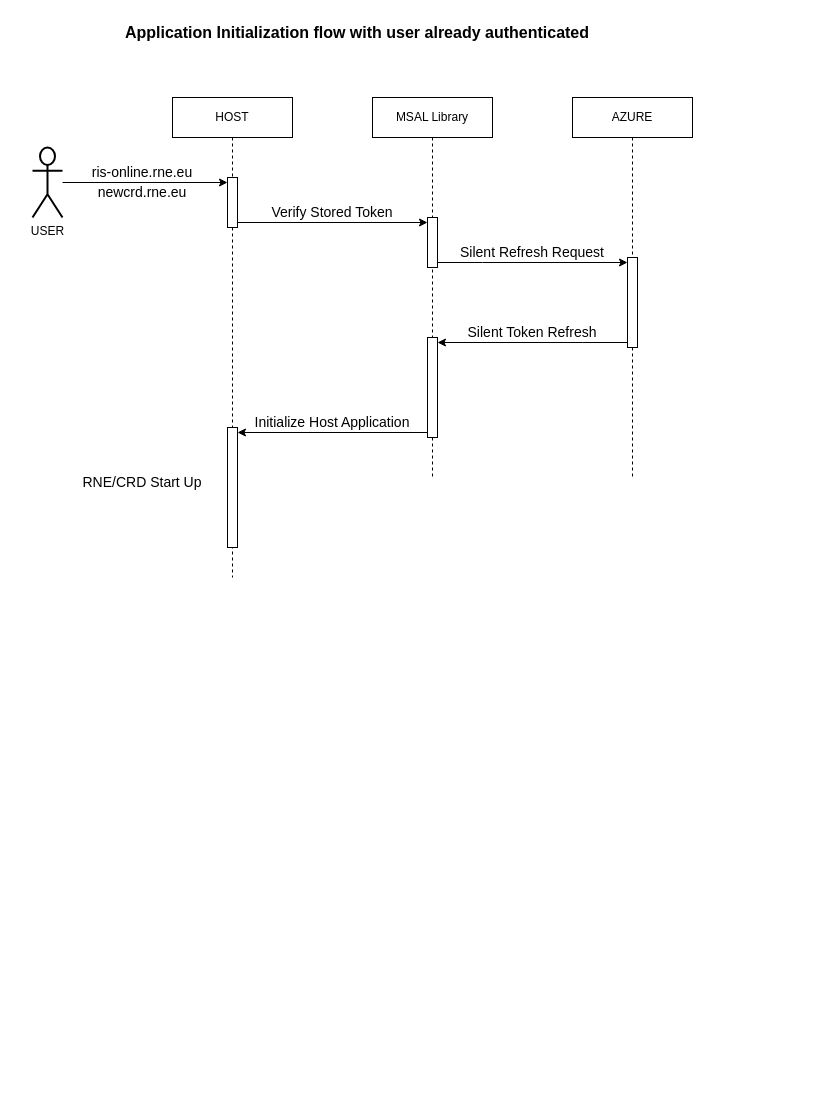
Earlier version of the draw.io diagram azure-sd.drawio (mathudak/diagrams). Source tidied: cells renumbered, new cells numbered last; positions are measured from the earlier drawing's top-left corner, leaving out a move shared by most shapes. Both pictures are drawn from the tidied source at 100%, with x=0, y=0 at pixel (17, 17).
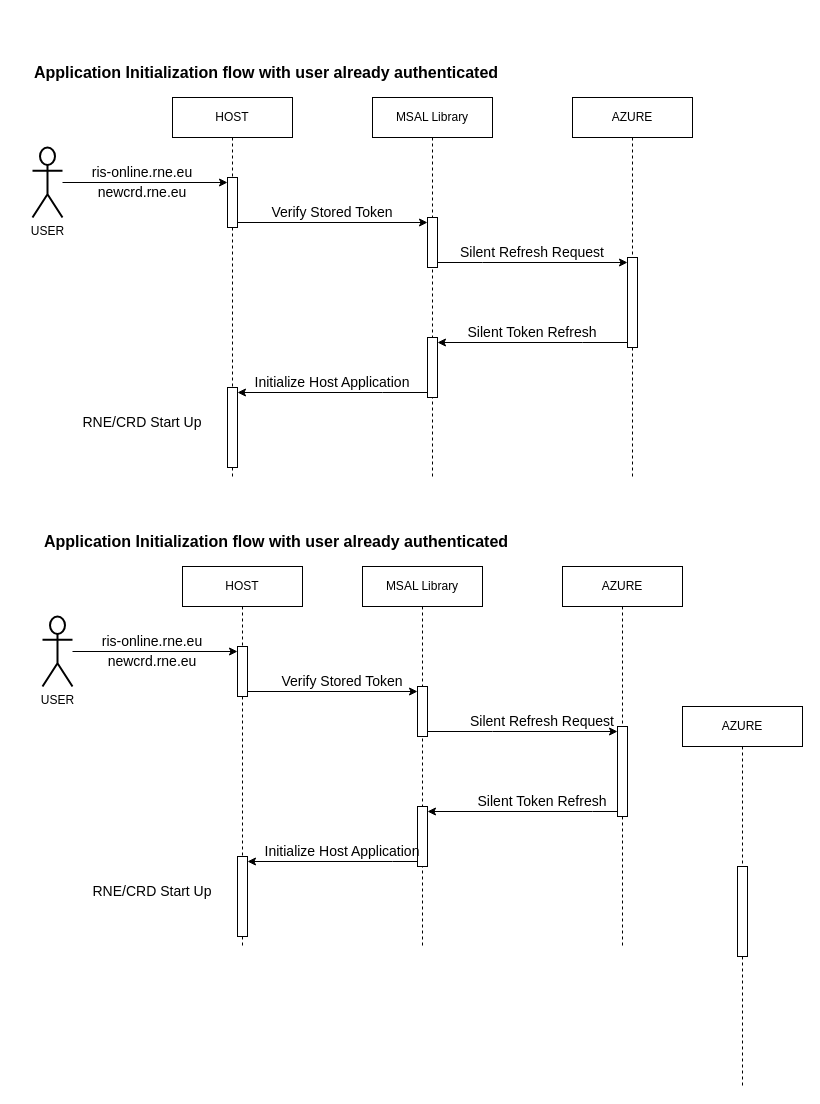
The same diagram, later.

Unchanged cells that the change refers to:
```xml
<mxCell id="5" value="MSAL Library" style="shape=umlLifeline;perimeter=lifelinePerimeter;whiteSpace=wrap;html=1;newEdgeStyle={&quot;curved&quot;:0,&quot;rounded&quot;:0};" parent="1" vertex="1">
  <mxGeometry x="355" y="80" width="120" height="380" as="geometry" />
</mxCell>
```

What changed in the source:
```diff
@@
     <mxCell id="2" value="HOST" style="shape=umlLifeline;perimeter=lifelinePerimeter;whiteSpace=wrap;html=1;newEdgeStyle={&quot;curved&quot;:0,&quot;rounded&quot;:0};" parent="1" vertex="1">
-      <mxGeometry x="155" y="80" width="120" height="480" as="geometry" />
+      <mxGeometry x="155" y="80" width="120" height="380" as="geometry" />
     </mxCell>
@@
     <mxCell id="4" style="html=1;points=[[0,0,0,0,5],[0,1,0,0,-5],[1,0,0,0,5],[1,1,0,0,-5]];perimeter=orthogonalPerimeter;outlineConnect=0;targetShapes=umlLifeline;portConstraint=eastwest;newEdgeStyle={&quot;curved&quot;:0,&quot;rounded&quot;:0};" parent="2" vertex="1">
-      <mxGeometry x="55" y="330" width="10" height="120" as="geometry" />
+      <mxGeometry x="55" y="290" width="10" height="80" as="geometry" />
     </mxCell>
@@
     <mxCell id="7" style="html=1;points=[[0,0,0,0,5],[0,1,0,0,-5],[1,0,0,0,5],[1,1,0,0,-5]];perimeter=orthogonalPerimeter;outlineConnect=0;targetShapes=umlLifeline;portConstraint=eastwest;newEdgeStyle={&quot;curved&quot;:0,&quot;rounded&quot;:0};" parent="5" vertex="1">
-      <mxGeometry x="55" y="240" width="10" height="100" as="geometry" />
+      <mxGeometry x="55" y="240" width="10" height="60" as="geometry" />
     </mxCell>
@@
-    <mxCell id="14" style="edgeStyle=orthogonalEdgeStyle;rounded=0;jettySize=auto;html=1;curved=0;entryX=1;entryY=0;entryDx=0;entryDy=5;entryPerimeter=0;" parent="1" edge="1" source="7" target="4">
-      <mxGeometry relative="1" as="geometry">
-        <Array as="points">
-          <mxPoint x="415" y="415" />
-        </Array>
-      </mxGeometry>
-    </mxCell>
@@
     <mxCell id="21" value="Initialize Host Application" style="text;html=1;align=center;verticalAlign=middle;whiteSpace=wrap;rounded=0;fontSize=14;" parent="1" vertex="1">
-      <mxGeometry x="235" y="390" width="160" height="30" as="geometry" />
+      <mxGeometry x="235" y="350" width="160" height="30" as="geometry" />
     </mxCell>
-    <mxCell id="22" value="Application Initialization flow with user already authenticated" style="text;html=1;align=center;verticalAlign=middle;whiteSpace=wrap;rounded=0;fontStyle=1;fontSize=16;" parent="1" vertex="1">
-      <mxGeometry width="680" height="30" as="geometry" />
+    <mxCell id="22" value="Application Initialization flow with user already authenticated" style="text;html=1;align=left;verticalAlign=middle;whiteSpace=wrap;rounded=0;fontStyle=1;fontSize=16;" parent="1" vertex="1">
+      <mxGeometry x="15" y="40" width="680" height="30" as="geometry" />
     </mxCell>
     <mxCell id="23" value="RNE/CRD Start Up" style="text;html=1;align=center;verticalAlign=middle;whiteSpace=wrap;rounded=0;fontSize=14;" parent="1" vertex="1">
-      <mxGeometry x="45" y="450" width="160" height="30" as="geometry" />
+      <mxGeometry x="45" y="390" width="160" height="30" as="geometry" />
     </mxCell>
+    <mxCell id="14" style="edgeStyle=orthogonalEdgeStyle;rounded=0;jettySize=auto;html=1;curved=0;entryX=1;entryY=0;entryDx=0;entryDy=5;entryPerimeter=0;" parent="1" edge="1" source="7" target="4">
+      <mxGeometry relative="1" as="geometry">
+        <Array as="points">
+          <mxPoint x="365" y="375" />
+          <mxPoint x="365" y="375" />
+        </Array>
+      </mxGeometry>
+    </mxCell>
+    <mxCell id="24" value="HOST" style="shape=umlLifeline;perimeter=lifelinePerimeter;whiteSpace=wrap;html=1;newEdgeStyle={&quot;curved&quot;:0,&quot;rounded&quot;:0};" parent="1" vertex="1">
+      <mxGeometry x="165" y="549" width="120" height="380" as="geometry" />
+    </mxCell>
+    <mxCell id="25" style="html=1;points=[[0,0,0,0,5],[0,1,0,0,-5],[1,0,0,0,5],[1,1,0,0,-5]];perimeter=orthogonalPerimeter;outlineConnect=0;targetShapes=umlLifeline;portConstraint=eastwest;newEdgeStyle={&quot;curved&quot;:0,&quot;rounded&quot;:0};" parent="24" vertex="1">
+      <mxGeometry x="55" y="80" width="10" height="50" as="geometry" />
+    </mxCell>
+    <mxCell id="26" style="html=1;points=[[0,0,0,0,5],[0,1,0,0,-5],[1,0,0,0,5],[1,1,0,0,-5]];perimeter=orthogonalPerimeter;outlineConnect=0;targetShapes=umlLifeline;portConstraint=eastwest;newEdgeStyle={&quot;curved&quot;:0,&quot;rounded&quot;:0};" parent="24" vertex="1">
+      <mxGeometry x="55" y="290" width="10" height="80" as="geometry" />
+    </mxCell>
+    <mxCell id="27" value="MSAL Library" style="shape=umlLifeline;perimeter=lifelinePerimeter;whiteSpace=wrap;html=1;newEdgeStyle={&quot;curved&quot;:0,&quot;rounded&quot;:0};" parent="1" vertex="1">
+      <mxGeometry x="345" y="549" width="120" height="380" as="geometry" />
+    </mxCell>
+    <mxCell id="28" style="html=1;points=[[0,0,0,0,5],[0,1,0,0,-5],[1,0,0,0,5],[1,1,0,0,-5]];perimeter=orthogonalPerimeter;outlineConnect=0;targetShapes=umlLifeline;portConstraint=eastwest;newEdgeStyle={&quot;curved&quot;:0,&quot;rounded&quot;:0};" parent="27" vertex="1">
+      <mxGeometry x="55" y="120" width="10" height="50" as="geometry" />
+    </mxCell>
+    <mxCell id="29" style="html=1;points=[[0,0,0,0,5],[0,1,0,0,-5],[1,0,0,0,5],[1,1,0,0,-5]];perimeter=orthogonalPerimeter;outlineConnect=0;targetShapes=umlLifeline;portConstraint=eastwest;newEdgeStyle={&quot;curved&quot;:0,&quot;rounded&quot;:0};" parent="27" vertex="1">
+      <mxGeometry x="55" y="240" width="10" height="60" as="geometry" />
+    </mxCell>
+    <mxCell id="30" value="AZURE" style="shape=umlLifeline;perimeter=lifelinePerimeter;whiteSpace=wrap;html=1;newEdgeStyle={&quot;curved&quot;:0,&quot;rounded&quot;:0};" parent="1" vertex="1">
+      <mxGeometry x="545" y="549" width="120" height="380" as="geometry" />
+    </mxCell>
+    <mxCell id="31" style="html=1;points=[[0,0,0,0,5],[0,1,0,0,-5],[1,0,0,0,5],[1,1,0,0,-5]];perimeter=orthogonalPerimeter;outlineConnect=0;targetShapes=umlLifeline;portConstraint=eastwest;newEdgeStyle={&quot;curved&quot;:0,&quot;rounded&quot;:0};" parent="30" vertex="1">
+      <mxGeometry x="55" y="160" width="10" height="90" as="geometry" />
+    </mxCell>
+    <mxCell id="32" value="USER" style="shape=umlActor;verticalLabelPosition=bottom;verticalAlign=top;html=1;strokeWidth=2;" parent="1" vertex="1">
+      <mxGeometry x="25" y="599" width="30" height="70" as="geometry" />
+    </mxCell>
+    <mxCell id="33" style="edgeStyle=orthogonalEdgeStyle;rounded=0;jettySize=auto;html=1;entryX=0;entryY=0;entryDx=0;entryDy=5;entryPerimeter=0;" parent="1" edge="1" source="32" target="25">
+      <mxGeometry relative="1" as="geometry" />
+    </mxCell>
+    <mxCell id="34" style="edgeStyle=orthogonalEdgeStyle;rounded=0;jettySize=auto;html=1;curved=0;entryX=0;entryY=0;entryDx=0;entryDy=5;entryPerimeter=0;" parent="1" edge="1" source="25" target="28">
+      <mxGeometry relative="1" as="geometry">
+        <Array as="points">
+          <mxPoint x="225" y="674" />
+        </Array>
+      </mxGeometry>
+    </mxCell>
+    <mxCell id="35" style="edgeStyle=orthogonalEdgeStyle;rounded=0;jettySize=auto;html=1;curved=0;entryX=0;entryY=0;entryDx=0;entryDy=5;entryPerimeter=0;" parent="1" edge="1" source="28" target="31">
+      <mxGeometry relative="1" as="geometry">
+        <Array as="points">
+          <mxPoint x="475" y="714" />
+          <mxPoint x="475" y="714" />
+        </Array>
+      </mxGeometry>
+    </mxCell>
+    <mxCell id="36" value="ris-online.rne.eu" style="text;html=1;align=center;verticalAlign=middle;whiteSpace=wrap;rounded=0;fontSize=14;" parent="1" vertex="1">
+      <mxGeometry x="55" y="609" width="160" height="30" as="geometry" />
+    </mxCell>
+    <mxCell id="37" value="newcrd.rne.eu" style="text;html=1;align=center;verticalAlign=middle;whiteSpace=wrap;rounded=0;fontSize=14;" parent="1" vertex="1">
+      <mxGeometry x="55" y="629" width="160" height="30" as="geometry" />
+    </mxCell>
+    <mxCell id="38" value="Verify Stored Token" style="text;html=1;align=center;verticalAlign=middle;whiteSpace=wrap;rounded=0;fontSize=14;" parent="1" vertex="1">
+      <mxGeometry x="245" y="649" width="160" height="30" as="geometry" />
+    </mxCell>
+    <mxCell id="39" value="Silent Refresh Request" style="text;html=1;align=center;verticalAlign=middle;whiteSpace=wrap;rounded=0;fontSize=14;" parent="1" vertex="1">
+      <mxGeometry x="445" y="689" width="160" height="30" as="geometry" />
+    </mxCell>
+    <mxCell id="40" value="Silent Token Refresh" style="text;html=1;align=center;verticalAlign=middle;whiteSpace=wrap;rounded=0;fontSize=14;" parent="1" vertex="1">
+      <mxGeometry x="445" y="769" width="160" height="30" as="geometry" />
+    </mxCell>
+    <mxCell id="41" style="edgeStyle=orthogonalEdgeStyle;rounded=0;jettySize=auto;html=1;curved=0;entryX=1;entryY=0;entryDx=0;entryDy=5;entryPerimeter=0;" parent="1" edge="1" source="31" target="29">
+      <mxGeometry relative="1" as="geometry">
+        <Array as="points">
+          <mxPoint x="575" y="794" />
+          <mxPoint x="575" y="794" />
+        </Array>
+      </mxGeometry>
+    </mxCell>
+    <mxCell id="42" value="Initialize Host Application" style="text;html=1;align=center;verticalAlign=middle;whiteSpace=wrap;rounded=0;fontSize=14;" parent="1" vertex="1">
+      <mxGeometry x="245" y="819" width="160" height="30" as="geometry" />
+    </mxCell>
+    <mxCell id="43" value="Application Initialization flow with user already authenticated" style="text;html=1;align=left;verticalAlign=middle;whiteSpace=wrap;rounded=0;fontStyle=1;fontSize=16;" parent="1" vertex="1">
+      <mxGeometry x="25" y="509" width="680" height="30" as="geometry" />
+    </mxCell>
+    <mxCell id="44" value="RNE/CRD Start Up" style="text;html=1;align=center;verticalAlign=middle;whiteSpace=wrap;rounded=0;fontSize=14;" parent="1" vertex="1">
+      <mxGeometry x="55" y="859" width="160" height="30" as="geometry" />
+    </mxCell>
+    <mxCell id="45" style="edgeStyle=orthogonalEdgeStyle;rounded=0;jettySize=auto;html=1;curved=0;entryX=1;entryY=0;entryDx=0;entryDy=5;entryPerimeter=0;" parent="1" edge="1" source="29" target="26">
+      <mxGeometry relative="1" as="geometry">
+        <Array as="points">
+          <mxPoint x="375" y="844" />
+          <mxPoint x="375" y="844" />
+        </Array>
+      </mxGeometry>
+    </mxCell>
+    <mxCell id="46" value="AZURE" style="shape=umlLifeline;perimeter=lifelinePerimeter;whiteSpace=wrap;html=1;newEdgeStyle={&quot;curved&quot;:0,&quot;rounded&quot;:0};" parent="1" vertex="1">
+      <mxGeometry x="665" y="689" width="120" height="380" as="geometry" />
+    </mxCell>
+    <mxCell id="47" style="html=1;perimeter=orthogonalPerimeter;targetShapes=umlLifeline;newEdgeStyle={&quot;curved&quot;:0,&quot;rounded&quot;:0};" parent="46" vertex="1">
+      <mxGeometry x="55" y="160" width="10" height="90" as="geometry" />
+    </mxCell>
```
